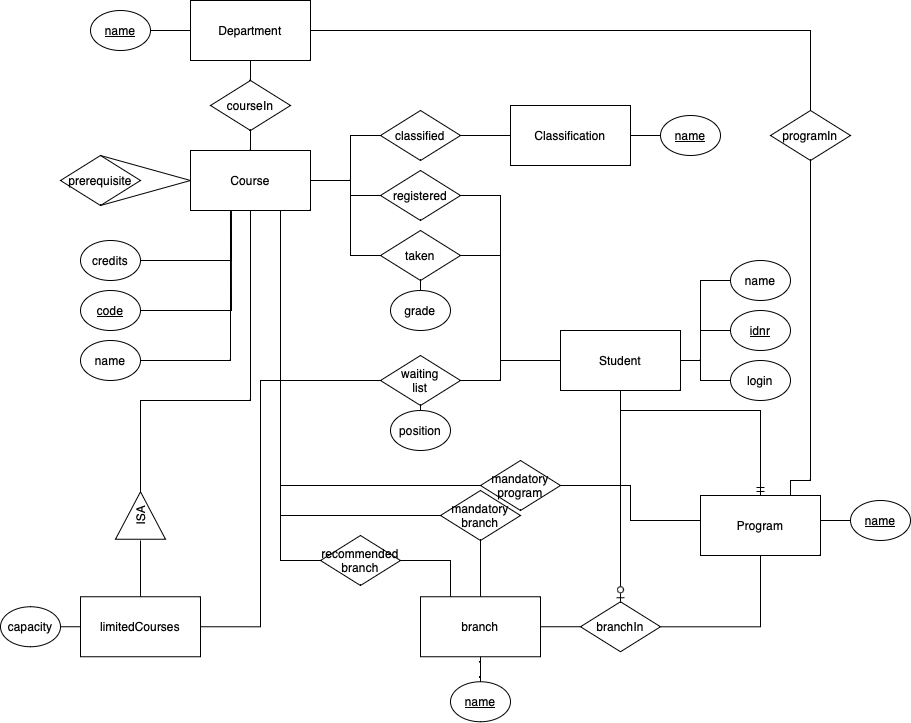
Above: Lab2/er.png in lutches/Databases (draw.io), before the change. Source tidied: cells renumbered, new cells last; positions are measured from the earlier drawing's top-left corner, leaving out a move shared by most shapes.
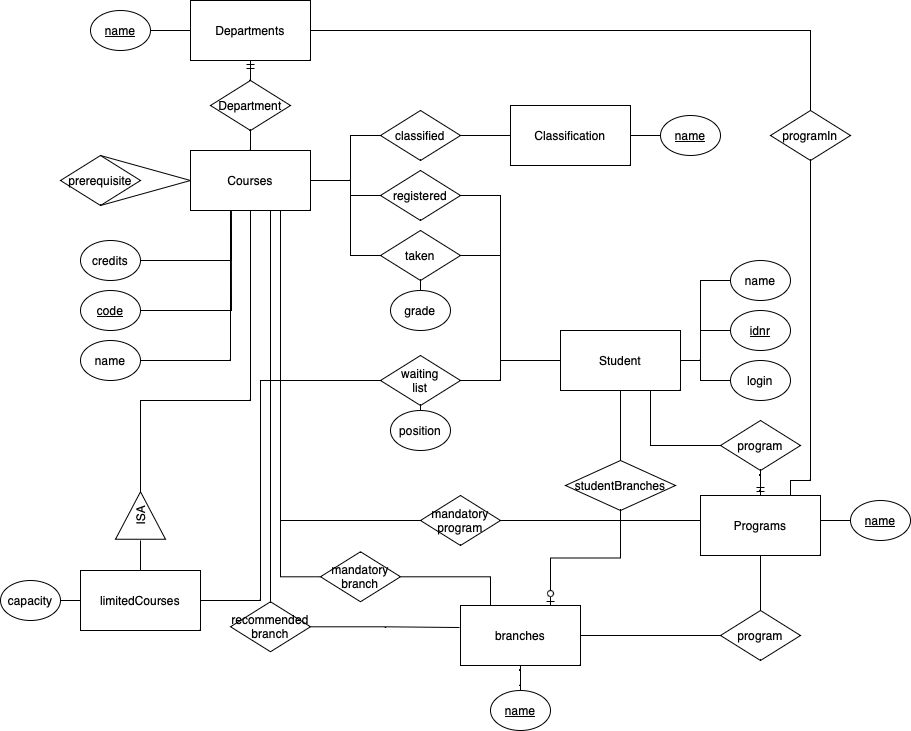
After the commit.

Diff of the diagram source:
```diff
@@ -2,7 +2,7 @@
   <root>
     <mxCell id="0" />
     <mxCell id="1" parent="0" />
-    <mxCell id="2" value="Course" style="rounded=0;whiteSpace=wrap;html=1;" parent="1" vertex="1">
+    <mxCell id="2" value="Courses" style="rounded=0;whiteSpace=wrap;html=1;" parent="1" vertex="1">
       <mxGeometry x="190" y="150" width="120" height="60" as="geometry" />
     </mxCell>
     <mxCell id="3" value="name" style="ellipse;whiteSpace=wrap;html=1;" parent="1" vertex="1">
@@ -93,7 +93,7 @@
       </mxGeometry>
     </mxCell>
     <mxCell id="20" value="limitedCourses" style="rounded=0;whiteSpace=wrap;html=1;" parent="1" vertex="1">
-      <mxGeometry x="80" y="596.2" width="120" height="60" as="geometry" />
+      <mxGeometry x="80" y="570" width="120" height="60" as="geometry" />
     </mxCell>
     <mxCell id="21" style="endArrow=none;html=1;rounded=0;entryX=0;entryY=0.5;entryDx=0;entryDy=0;exitX=0.5;exitY=0;exitDx=0;exitDy=0;" parent="1" edge="1" source="20">
       <mxGeometry relative="1" as="geometry">
@@ -101,15 +101,15 @@
       </mxGeometry>
     </mxCell>
     <mxCell id="22" value="capacity" style="ellipse;whiteSpace=wrap;html=1;" parent="1" vertex="1">
-      <mxGeometry y="606.2" width="60" height="40" as="geometry" />
+      <mxGeometry y="580" width="60" height="40" as="geometry" />
     </mxCell>
     <mxCell id="23" style="endArrow=none;html=1;rounded=0;entryX=1;entryY=0.5;entryDx=0;entryDy=0;exitX=0;exitY=0.5;exitDx=0;exitDy=0;" parent="1" edge="1" source="20" target="22">
       <mxGeometry relative="1" as="geometry" />
     </mxCell>
-    <mxCell id="24" style="edgeStyle=orthogonalEdgeStyle;rounded=0;jettySize=auto;html=1;endArrow=none;endFill=0;startArrow=none;startFill=0;" parent="1" edge="1" source="25" target="62">
+    <mxCell id="24" style="edgeStyle=orthogonalEdgeStyle;rounded=0;jettySize=auto;html=1;endArrow=none;endFill=0;startArrow=ERmandOne;startFill=0;" parent="1" edge="1" source="25" target="62">
       <mxGeometry relative="1" as="geometry" />
     </mxCell>
-    <mxCell id="25" value="Department" style="rounded=0;whiteSpace=wrap;html=1;" parent="1" vertex="1">
+    <mxCell id="25" value="Departments" style="rounded=0;whiteSpace=wrap;html=1;" parent="1" vertex="1">
       <mxGeometry x="190" width="120" height="60" as="geometry" />
     </mxCell>
     <mxCell id="26" value="Classification" style="rounded=0;whiteSpace=wrap;html=1;" parent="1" vertex="1">
@@ -124,9 +124,9 @@
     <mxCell id="29" style="endArrow=none;html=1;rounded=0;elbow=vertical;entryX=0;entryY=0.5;entryDx=0;entryDy=0;exitX=1;exitY=0.5;exitDx=0;exitDy=0;" parent="1" edge="1" source="26" target="28">
       <mxGeometry relative="1" as="geometry" />
     </mxCell>
-    <mxCell id="30" style="edgeStyle=orthogonalEdgeStyle;rounded=0;jettySize=auto;html=1;exitX=0.5;exitY=1;exitDx=0;exitDy=0;entryX=0.5;entryY=0;entryDx=0;entryDy=0;endArrow=ERzeroToOne;endFill=0;elbow=vertical;" parent="1" edge="1" source="31" target="46">
-      <mxGeometry relative="1" as="geometry" />
-    </mxCell>
+    <mxCell id="73" style="edgeStyle=orthogonalEdgeStyle;rounded=0;jettySize=auto;html=1;startArrow=none;startFill=0;endArrow=none;endFill=0;" parent="1" edge="1" source="31" target="76">
+      <mxGeometry relative="1" as="geometry" />
+    </mxCell>
     <mxCell id="31" value="Student" style="rounded=0;whiteSpace=wrap;html=1;" parent="1" vertex="1">
       <mxGeometry x="560" y="330" width="120" height="60" as="geometry" />
     </mxCell>
@@ -183,22 +183,13 @@
     <mxCell id="40" style="edgeStyle=orthogonalEdgeStyle;rounded=0;jettySize=auto;html=1;entryX=1;entryY=0.5;entryDx=0;entryDy=0;startArrow=none;startFill=0;endArrow=none;endFill=0;" parent="1" edge="1" source="41" target="66">
       <mxGeometry relative="1" as="geometry">
         <Array as="points">
-          <mxPoint x="630" y="520" />
-          <mxPoint x="630" y="485" />
+          <mxPoint x="520" y="520" />
         </Array>
       </mxGeometry>
     </mxCell>
-    <mxCell id="41" value="Program" style="rounded=0;whiteSpace=wrap;html=1;" parent="1" vertex="1">
+    <mxCell id="41" value="Programs" style="rounded=0;whiteSpace=wrap;html=1;" parent="1" vertex="1">
       <mxGeometry x="700" y="495" width="120" height="60" as="geometry" />
     </mxCell>
-    <mxCell id="42" style="edgeStyle=orthogonalEdgeStyle;fontSize=12;html=1;endArrow=ERmandOne;rounded=0;elbow=vertical;entryX=0.5;entryY=0;entryDx=0;entryDy=0;exitX=0.5;exitY=1;exitDx=0;exitDy=0;" parent="1" edge="1" source="31" target="41">
-      <mxGeometry relative="1" as="geometry">
-        <Array as="points">
-          <mxPoint x="620" y="410" />
-          <mxPoint x="760" y="410" />
-        </Array>
-      </mxGeometry>
-    </mxCell>
     <mxCell id="43" style="edgeStyle=orthogonalEdgeStyle;rounded=0;jettySize=auto;html=1;exitX=0;exitY=0.5;exitDx=0;exitDy=0;entryX=1;entryY=0.5;entryDx=0;entryDy=0;elbow=vertical;endArrow=none;endFill=0;" parent="1" edge="1" source="44" target="41">
       <mxGeometry relative="1" as="geometry" />
     </mxCell>
@@ -208,22 +199,20 @@
     <mxCell id="45" style="edgeStyle=orthogonalEdgeStyle;rounded=0;jettySize=auto;html=1;endArrow=none;endFill=0;" parent="1" edge="1" source="46" target="41">
       <mxGeometry relative="1" as="geometry" />
     </mxCell>
-    <mxCell id="46" value="branchIn" style="rhombus;whiteSpace=wrap;html=1;" parent="1" vertex="1">
-      <mxGeometry x="580" y="601.2" width="80" height="50" as="geometry" />
+    <mxCell id="46" value="program" style="rhombus;whiteSpace=wrap;html=1;" parent="1" vertex="1">
+      <mxGeometry x="720" y="610" width="80" height="50" as="geometry" />
     </mxCell>
-    <mxCell id="47" style="edgeStyle=orthogonalEdgeStyle;rounded=0;jettySize=auto;html=1;endArrow=none;endFill=0;elbow=vertical;" parent="1" edge="1" source="48">
-      <mxGeometry relative="1" as="geometry">
-        <mxPoint x="580" y="626.2" as="targetPoint" />
-      </mxGeometry>
-    </mxCell>
+    <mxCell id="74" style="edgeStyle=orthogonalEdgeStyle;rounded=0;jettySize=auto;html=1;entryX=0;entryY=0.5;entryDx=0;entryDy=0;startArrow=none;startFill=0;endArrow=none;endFill=0;" parent="1" edge="1" source="48" target="46">
+      <mxGeometry relative="1" as="geometry" />
+    </mxCell>
-    <mxCell id="48" value="branch" style="rounded=0;whiteSpace=wrap;html=1;" parent="1" vertex="1">
-      <mxGeometry x="420" y="596.2" width="120" height="60" as="geometry" />
+    <mxCell id="48" value="branches" style="rounded=0;whiteSpace=wrap;html=1;" parent="1" vertex="1">
+      <mxGeometry x="460" y="605" width="120" height="60" as="geometry" />
     </mxCell>
     <mxCell id="49" style="edgeStyle=orthogonalEdgeStyle;rounded=0;jettySize=auto;html=1;startArrow=none;startFill=0;endArrow=none;endFill=0;" parent="1" edge="1" source="50" target="48">
       <mxGeometry relative="1" as="geometry" />
     </mxCell>
     <mxCell id="50" value="&lt;u&gt;name&lt;/u&gt;" style="ellipse;whiteSpace=wrap;html=1;" parent="1" vertex="1">
-      <mxGeometry x="450" y="681.2" width="60" height="40" as="geometry" />
+      <mxGeometry x="490" y="690" width="60" height="40" as="geometry" />
     </mxCell>
     <mxCell id="51" value="grade" style="ellipse;whiteSpace=wrap;html=1;direction=west;" parent="1" vertex="1">
       <mxGeometry x="390" y="290" width="60" height="40" as="geometry" />
@@ -240,7 +229,7 @@
       <mxGeometry relative="1" as="geometry">
         <Array as="points">
           <mxPoint x="260" y="380" />
-          <mxPoint x="260" y="626" />
+          <mxPoint x="260" y="600" />
         </Array>
       </mxGeometry>
     </mxCell>
@@ -283,7 +272,7 @@
     <mxCell id="61" style="edgeStyle=orthogonalEdgeStyle;rounded=0;jettySize=auto;html=1;endArrow=none;endFill=0;" parent="1" edge="1" source="62" target="2">
       <mxGeometry relative="1" as="geometry" />
     </mxCell>
-    <mxCell id="62" value="courseIn" style="rhombus;whiteSpace=wrap;html=1;" parent="1" vertex="1">
+    <mxCell id="62" value="Department" style="rhombus;whiteSpace=wrap;html=1;" parent="1" vertex="1">
       <mxGeometry x="210" y="80" width="80" height="50" as="geometry" />
     </mxCell>
     <mxCell id="63" style="edgeStyle=orthogonalEdgeStyle;rounded=0;jettySize=auto;html=1;endArrow=none;endFill=0;" parent="1" edge="1" source="64" target="25">
@@ -296,25 +285,45 @@
       <mxGeometry relative="1" as="geometry" />
     </mxCell>
     <mxCell id="66" value="mandatory&lt;br&gt;program" style="rhombus;whiteSpace=wrap;html=1;" parent="1" vertex="1">
-      <mxGeometry x="480" y="460" width="80" height="50" as="geometry" />
+      <mxGeometry x="420" y="495" width="80" height="50" as="geometry" />
     </mxCell>
-    <mxCell id="67" style="edgeStyle=orthogonalEdgeStyle;rounded=0;jettySize=auto;html=1;entryX=0.5;entryY=0;entryDx=0;entryDy=0;startArrow=none;startFill=0;endArrow=none;endFill=0;" parent="1" edge="1" source="69" target="48">
+    <mxCell id="67" style="edgeStyle=orthogonalEdgeStyle;rounded=0;jettySize=auto;html=1;entryX=0.25;entryY=0;entryDx=0;entryDy=0;startArrow=none;startFill=0;endArrow=none;endFill=0;" parent="1" edge="1" source="69" target="48">
       <mxGeometry relative="1" as="geometry" />
     </mxCell>
     <mxCell id="68" style="edgeStyle=orthogonalEdgeStyle;rounded=0;jettySize=auto;html=1;startArrow=none;startFill=0;endArrow=none;endFill=0;entryX=0.75;entryY=1;entryDx=0;entryDy=0;" parent="1" edge="1" source="69" target="2">
       <mxGeometry relative="1" as="geometry" />
     </mxCell>
     <mxCell id="69" value="mandatory&lt;br&gt;branch" style="rhombus;whiteSpace=wrap;html=1;" parent="1" vertex="1">
-      <mxGeometry x="440" y="490" width="80" height="50" as="geometry" />
+      <mxGeometry x="320" y="551.2" width="80" height="50" as="geometry" />
     </mxCell>
-    <mxCell id="70" style="edgeStyle=orthogonalEdgeStyle;rounded=0;jettySize=auto;html=1;entryX=0.25;entryY=0;entryDx=0;entryDy=0;startArrow=none;startFill=0;endArrow=none;endFill=0;" parent="1" edge="1" source="72" target="48">
+    <mxCell id="70" style="edgeStyle=orthogonalEdgeStyle;rounded=0;jettySize=auto;html=1;entryX=-0.008;entryY=0.367;entryDx=0;entryDy=0;startArrow=none;startFill=0;endArrow=none;endFill=0;entryPerimeter=0;" parent="1" edge="1" source="72" target="48">
       <mxGeometry relative="1" as="geometry" />
     </mxCell>
     <mxCell id="71" style="edgeStyle=orthogonalEdgeStyle;rounded=0;jettySize=auto;html=1;entryX=0.75;entryY=1;entryDx=0;entryDy=0;startArrow=none;startFill=0;endArrow=none;endFill=0;" parent="1" edge="1" source="72" target="2">
-      <mxGeometry relative="1" as="geometry" />
+      <mxGeometry relative="1" as="geometry">
+        <Array as="points">
+          <mxPoint x="270" y="560" />
+          <mxPoint x="270" y="210" />
+        </Array>
+      </mxGeometry>
     </mxCell>
     <mxCell id="72" value="recommended&lt;br&gt;branch" style="rhombus;whiteSpace=wrap;html=1;" parent="1" vertex="1">
-      <mxGeometry x="320" y="535" width="80" height="50" as="geometry" />
+      <mxGeometry x="230" y="601.2" width="80" height="50" as="geometry" />
     </mxCell>
+    <mxCell id="75" style="edgeStyle=orthogonalEdgeStyle;rounded=0;jettySize=auto;html=1;entryX=0.75;entryY=0;entryDx=0;entryDy=0;startArrow=none;startFill=0;endArrow=ERzeroToOne;endFill=0;" parent="1" edge="1" source="76" target="48">
+      <mxGeometry relative="1" as="geometry" />
+    </mxCell>
+    <mxCell id="76" value="studentBranches&lt;br&gt;" style="rhombus;whiteSpace=wrap;html=1;" parent="1" vertex="1">
+      <mxGeometry x="565" y="460" width="110" height="50" as="geometry" />
+    </mxCell>
+    <mxCell id="77" style="edgeStyle=orthogonalEdgeStyle;rounded=0;jettySize=auto;html=1;entryX=0.75;entryY=1;entryDx=0;entryDy=0;startArrow=none;startFill=0;endArrow=none;endFill=0;" parent="1" edge="1" source="79" target="31">
+      <mxGeometry relative="1" as="geometry" />
+    </mxCell>
+    <mxCell id="78" style="edgeStyle=orthogonalEdgeStyle;rounded=0;jettySize=auto;html=1;startArrow=none;startFill=0;endArrow=ERmandOne;endFill=0;" parent="1" edge="1" source="79" target="41">
+      <mxGeometry relative="1" as="geometry" />
+    </mxCell>
+    <mxCell id="79" value="program" style="rhombus;whiteSpace=wrap;html=1;" parent="1" vertex="1">
+      <mxGeometry x="720" y="420" width="80" height="50" as="geometry" />
+    </mxCell>
   </root>
 </mxGraphModel>
```
